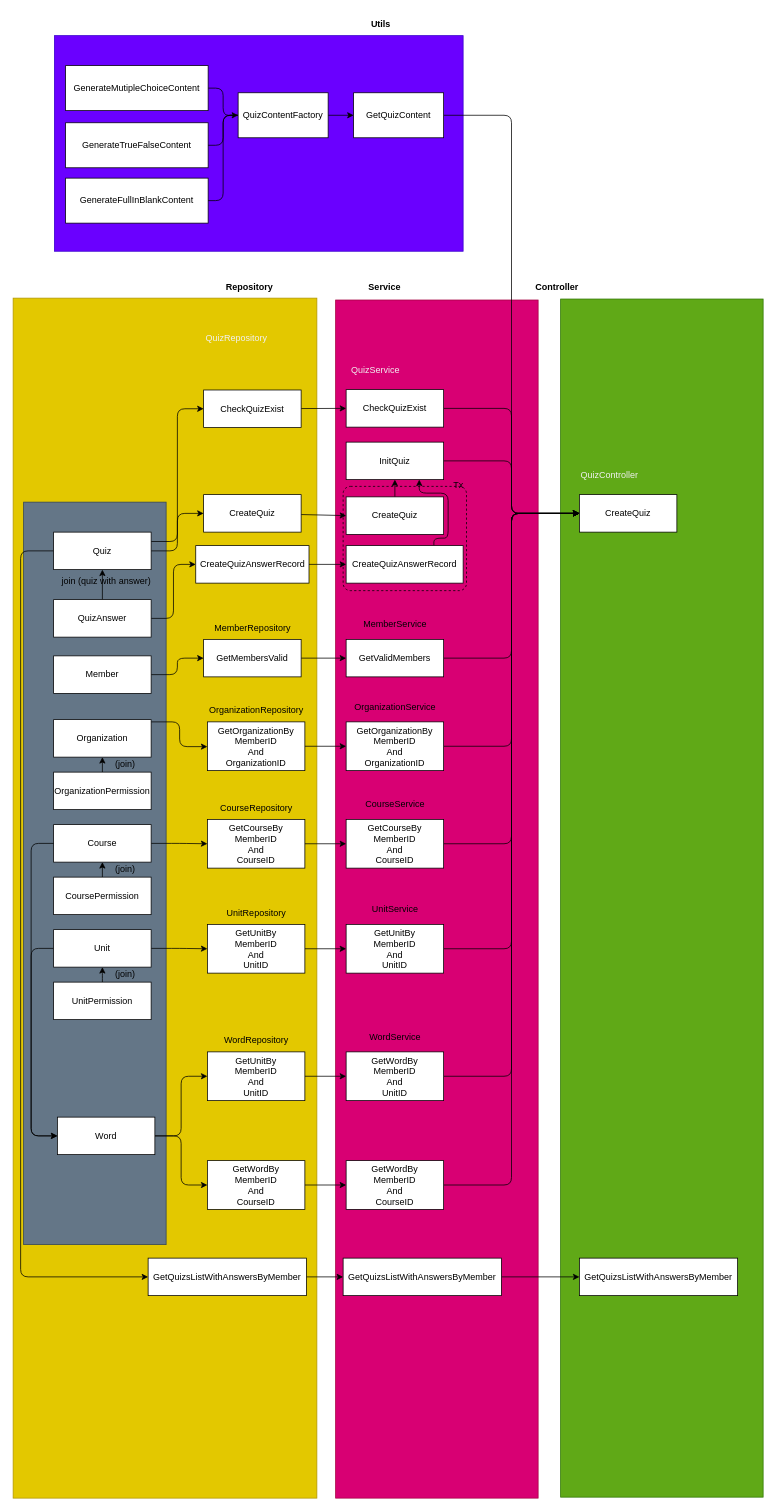
Above: page "Quiz" (2 of 2) of ERD.drawio in adon988/go_api_example (draw.io), before the change. Source tidied: cells renumbered, new cells numbered last; positions are measured from the earlier drawing's top-left corner, leaving out a move shared by most shapes. Both pictures are drawn from the tidied source at 75%, with x=0, y=0 at pixel (13, 13).
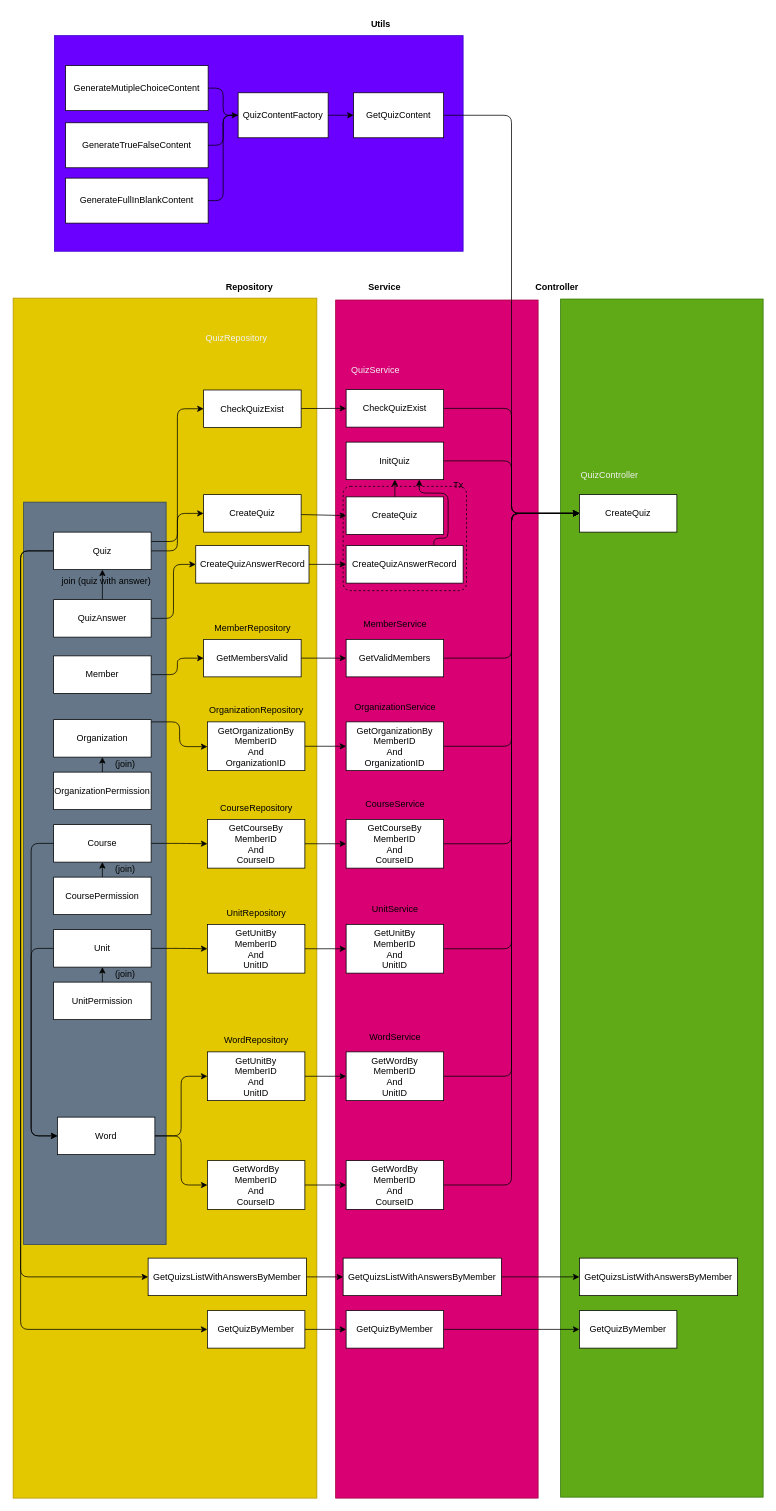
After the change.

Unchanged cells that the change refers to:
```xml
<mxCell id="16" value="Quiz" style="rounded=0;whiteSpace=wrap;html=1;" parent="1" vertex="1">
  <mxGeometry x="54" y="692" width="130" height="50" as="geometry" />
</mxCell>
```

Change to the diagram source:
```diff
@@
+    <mxCell id="110" style="edgeStyle=orthogonalEdgeStyle;html=1;exitX=0;exitY=0.5;exitDx=0;exitDy=0;entryX=0;entryY=0.5;entryDx=0;entryDy=0;" parent="1" edge="1" source="16" target="115">
+      <mxGeometry relative="1" as="geometry">
+        <Array as="points">
+          <mxPoint x="10" y="717" />
+          <mxPoint x="10" y="1755" />
+        </Array>
+      </mxGeometry>
+    </mxCell>
@@
+    <mxCell id="111" value="GetQuizByMember" style="rounded=0;whiteSpace=wrap;html=1;" parent="1" vertex="1">
+      <mxGeometry x="755" y="1730" width="130" height="50" as="geometry" />
+    </mxCell>
+    <mxCell id="112" style="edgeStyle=orthogonalEdgeStyle;html=1;exitX=1;exitY=0.5;exitDx=0;exitDy=0;entryX=0;entryY=0.5;entryDx=0;entryDy=0;" parent="1" edge="1" source="113" target="111">
+      <mxGeometry relative="1" as="geometry" />
+    </mxCell>
+    <mxCell id="113" value="GetQuizByMember" style="rounded=0;whiteSpace=wrap;html=1;" parent="1" vertex="1">
+      <mxGeometry x="444" y="1730" width="130" height="50" as="geometry" />
+    </mxCell>
+    <mxCell id="114" style="edgeStyle=orthogonalEdgeStyle;html=1;exitX=1;exitY=0.5;exitDx=0;exitDy=0;entryX=0;entryY=0.5;entryDx=0;entryDy=0;" parent="1" edge="1" source="115" target="113">
+      <mxGeometry relative="1" as="geometry" />
+    </mxCell>
+    <mxCell id="115" value="GetQuizByMember" style="rounded=0;whiteSpace=wrap;html=1;" parent="1" vertex="1">
+      <mxGeometry x="259" y="1730" width="130" height="50" as="geometry" />
+    </mxCell>
```
